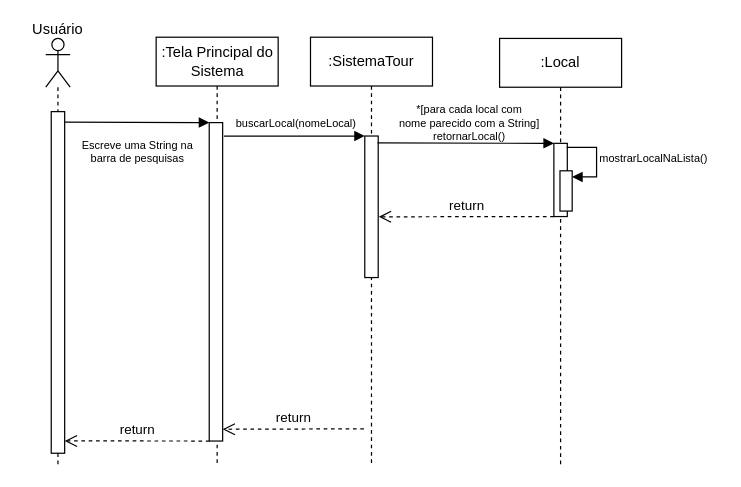
Before: DiagramaDeSequencia-ProcurarLocal.drawio in Gigagiga1234/Tour-Virtual, a draw.io diagram. Source tidied: cells renumbered, new cells numbered last; positions are measured from the earlier drawing's top-left corner, leaving out a move shared by most shapes. Both pictures are drawn from the tidied source at 122%, with x=0, y=0 at pixel (21, 21).
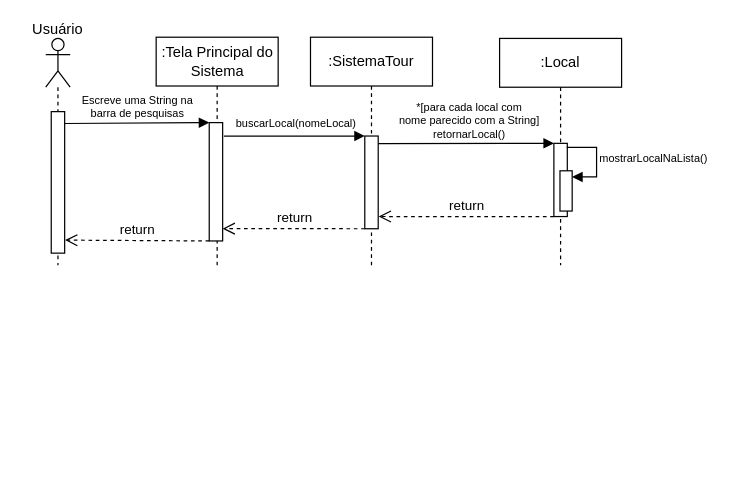
The same diagram, later.

The change refers to these unchanged cells:
```xml
<mxCell id="12" style="rounded=0;whiteSpace=wrap;html=1;" parent="1" vertex="1">
  <mxGeometry x="436.5" y="100" width="11" height="60" as="geometry" />
</mxCell>
```

Diff of the diagram source:
```diff
@@
     <mxCell id="2" style="shape=umlLifeline;perimeter=lifelinePerimeter;whiteSpace=wrap;html=1;newEdgeStyle={&quot;curved&quot;:0,&quot;rounded&quot;:0};participant=umlActor;" parent="1" vertex="1">
-      <mxGeometry x="20" y="14" width="20" height="350" as="geometry" />
+      <mxGeometry x="20" y="14" width="20" height="186" as="geometry" />
     </mxCell>
@@
     <mxCell id="4" style="rounded=0;whiteSpace=wrap;html=1;" parent="1" vertex="1">
-      <mxGeometry x="24.5" y="74" width="11" height="280" as="geometry" />
+      <mxGeometry x="24.5" y="74" width="11" height="116" as="geometry" />
     </mxCell>
-    <mxCell id="5" style="endArrow=block;html=1;rounded=0;exitX=0.997;exitY=0.031;exitDx=0;exitDy=0;exitPerimeter=0;endFill=1;entryX=0;entryY=0;entryDx=0;entryDy=0;" parent="1" edge="1" source="4" target="7">
+    <mxCell id="5" style="endArrow=block;html=1;rounded=0;exitX=0.995;exitY=0.084;exitDx=0;exitDy=0;exitPerimeter=0;endFill=1;entryX=0;entryY=0;entryDx=0;entryDy=0;" parent="1" edge="1" source="4" target="7">
       <mxGeometry relative="1" as="geometry" />
     </mxCell>
     <mxCell id="6" value=":Tela Principal do Sistema" style="shape=umlLifeline;perimeter=lifelinePerimeter;whiteSpace=wrap;html=1;newEdgeStyle={&quot;curved&quot;:0,&quot;rounded&quot;:0};" parent="1" vertex="1">
-      <mxGeometry x="110.5" y="13" width="100" height="351" as="geometry" />
+      <mxGeometry x="110.5" y="13" width="100" height="187" as="geometry" />
     </mxCell>
     <mxCell id="7" style="rounded=0;whiteSpace=wrap;html=1;" parent="1" vertex="1">
-      <mxGeometry x="154" y="83" width="11" height="261" as="geometry" />
+      <mxGeometry x="154" y="83" width="11" height="97" as="geometry" />
     </mxCell>
     <mxCell id="8" value=":SistemaTour" style="shape=umlLifeline;perimeter=lifelinePerimeter;whiteSpace=wrap;html=1;newEdgeStyle={&quot;curved&quot;:0,&quot;rounded&quot;:0};" parent="1" vertex="1">
-      <mxGeometry x="237" y="13" width="100" height="351" as="geometry" />
+      <mxGeometry x="237" y="13" width="100" height="187" as="geometry" />
     </mxCell>
     <mxCell id="9" style="rounded=0;whiteSpace=wrap;html=1;" parent="1" vertex="1">
-      <mxGeometry x="281.5" y="94" width="11" height="116" as="geometry" />
+      <mxGeometry x="281.5" y="94" width="11" height="76" as="geometry" />
     </mxCell>
@@
     <mxCell id="11" value=":Local" style="shape=umlLifeline;perimeter=lifelinePerimeter;whiteSpace=wrap;html=1;newEdgeStyle={&quot;curved&quot;:0,&quot;rounded&quot;:0};" parent="1" vertex="1">
-      <mxGeometry x="392" y="14" width="100" height="350" as="geometry" />
+      <mxGeometry x="392" y="14" width="100" height="186" as="geometry" />
     </mxCell>
@@
-    <mxCell id="13" style="endArrow=block;html=1;rounded=0;endFill=1;entryX=0;entryY=0;entryDx=0;entryDy=0;exitX=0.955;exitY=0.049;exitDx=0;exitDy=0;exitPerimeter=0;" parent="1" edge="1" source="9" target="12">
+    <mxCell id="13" style="endArrow=block;html=1;rounded=0;endFill=1;entryX=0;entryY=0;entryDx=0;entryDy=0;exitX=1.017;exitY=0.081;exitDx=0;exitDy=0;exitPerimeter=0;" parent="1" edge="1" source="9" target="12">
       <mxGeometry relative="1" as="geometry" />
     </mxCell>
     <mxCell id="14" value="Escreve uma String na&lt;div&gt;barra de pesquisas&lt;/div&gt;" style="text;html=1;align=center;verticalAlign=middle;strokeColor=none;fillColor=none;fontSize=9;" parent="1" vertex="1">
-      <mxGeometry x="39.5" y="87" width="110" height="40" as="geometry" />
+      <mxGeometry x="40" y="50" width="110" height="40" as="geometry" />
     </mxCell>
@@
     <mxCell id="16" value="*[para cada local com&lt;div&gt;nome parecido com a String]&lt;/div&gt;&lt;div&gt;retornarLocal()&lt;/div&gt;" style="text;html=1;align=center;verticalAlign=middle;strokeColor=none;fillColor=none;fontSize=9;" parent="1" vertex="1">
-      <mxGeometry x="297.2" y="59" width="140" height="50" as="geometry" />
+      <mxGeometry x="296.5" y="56.5" width="140" height="50" as="geometry" />
     </mxCell>
-    <mxCell id="17" value="return" style="html=1;verticalAlign=bottom;endArrow=open;dashed=1;endSize=8;curved=0;rounded=0;entryX=1.043;entryY=0.571;entryDx=0;entryDy=0;entryPerimeter=0;exitX=0;exitY=1;exitDx=0;exitDy=0;" parent="1" edge="1" source="12" target="9">
+    <mxCell id="17" value="return" style="html=1;verticalAlign=bottom;endArrow=open;dashed=1;endSize=8;curved=0;rounded=0;entryX=1.033;entryY=0.868;entryDx=0;entryDy=0;exitX=0;exitY=1;exitDx=0;exitDy=0;entryPerimeter=0;" parent="1" edge="1" source="12" target="9">
       <mxGeometry relative="1" as="geometry" />
     </mxCell>
-    <mxCell id="18" value="return" style="html=1;verticalAlign=bottom;endArrow=open;dashed=1;endSize=8;curved=0;rounded=0;entryX=0.998;entryY=0.963;entryDx=0;entryDy=0;entryPerimeter=0;" parent="1" edge="1" target="7">
-      <mxGeometry relative="1" as="geometry">
-        <mxPoint x="280.8" y="334" as="sourcePoint" />
-      </mxGeometry>
+    <mxCell id="18" value="return" style="html=1;verticalAlign=bottom;endArrow=open;dashed=1;endSize=8;curved=0;rounded=0;exitX=0;exitY=1;exitDx=0;exitDy=0;entryX=0.994;entryY=0.896;entryDx=0;entryDy=0;entryPerimeter=0;" parent="1" edge="1" source="9" target="7">
+      <mxGeometry relative="1" as="geometry" />
     </mxCell>
-    <mxCell id="19" value="return" style="html=1;verticalAlign=bottom;endArrow=open;dashed=1;endSize=8;curved=0;rounded=0;entryX=1.006;entryY=0.964;entryDx=0;entryDy=0;entryPerimeter=0;" parent="1" edge="1" target="4">
-      <mxGeometry relative="1" as="geometry">
-        <mxPoint x="154.2" y="344" as="sourcePoint" />
-      </mxGeometry>
+    <mxCell id="19" value="return" style="html=1;verticalAlign=bottom;endArrow=open;dashed=1;endSize=8;curved=0;rounded=0;entryX=1.031;entryY=0.908;entryDx=0;entryDy=0;entryPerimeter=0;exitX=0;exitY=1;exitDx=0;exitDy=0;" parent="1" edge="1" source="7" target="4">
+      <mxGeometry relative="1" as="geometry" />
     </mxCell>
```
